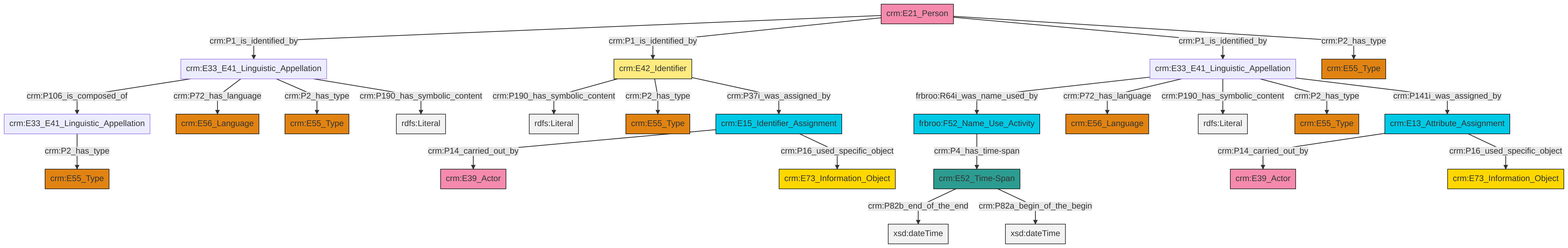
Before: et/personCSV/ttl/mmd/png/Person_Names_and_Classification.png, a diagram exported from Mermaid (swiss-art-research-net/reference-data-models). Its source is kept beside it as et/personCSV/ttl/mmd/Person_Names_and_Classification.ttl.mmd.
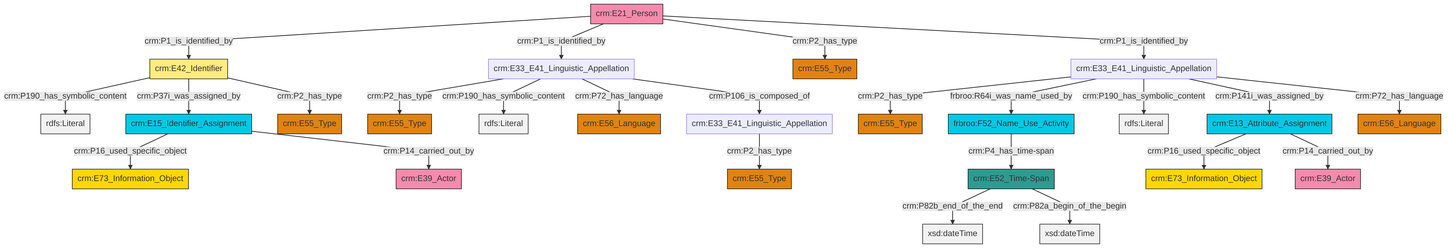
Later version of the same file.

What changed in the source:
```diff
@@ -13,27 +13,27 @@
 classDef PC_Classes fill:#4ce600, stroke:#000000;
 classDef Multi fill:#cccccc,stroke:#000000;
 
-2["crm:E52_Time-Span"]:::Time-Span -->|crm:P82b_end_of_the_end| 3[xsd:dateTime]:::Literal
-4["frbroo:F52_Name_Use_Activity"]:::Temporal_Entity -->|crm:P4_has_time-span| 2["crm:E52_Time-Span"]:::Time-Span
-5["crm:E13_Attribute_Assignment"]:::Temporal_Entity -->|crm:P14_carried_out_by| 0["crm:E39_Actor"]:::Actor
-18["crm:E33_E41_Linguistic_Appellation"]:::Default -->|crm:P2_has_type| 6["crm:E55_Type"]:::Type
-19["crm:E42_Identifier"]:::Appellation -->|crm:P190_has_symbolic_content| 20[rdfs:Literal]:::Literal
-21["crm:E21_Person"]:::Actor -->|crm:P1_is_identified_by| 22["crm:E33_E41_Linguistic_Appellation"]:::Default
-21["crm:E21_Person"]:::Actor -->|crm:P1_is_identified_by| 19["crm:E42_Identifier"]:::Appellation
-23["crm:E33_E41_Linguistic_Appellation"]:::Default -->|frbroo:R64i_was_name_used_by| 4["frbroo:F52_Name_Use_Activity"]:::Temporal_Entity
-22["crm:E33_E41_Linguistic_Appellation"]:::Default -->|crm:P106_is_composed_of| 18["crm:E33_E41_Linguistic_Appellation"]:::Default
-23["crm:E33_E41_Linguistic_Appellation"]:::Default -->|crm:P72_has_language| 25["crm:E56_Language"]:::Type
-19["crm:E42_Identifier"]:::Appellation -->|crm:P2_has_type| 26["crm:E55_Type"]:::Type
-10["crm:E15_Identifier_Assignment"]:::Temporal_Entity -->|crm:P14_carried_out_by| 12["crm:E39_Actor"]:::Actor
-21["crm:E21_Person"]:::Actor -->|crm:P1_is_identified_by| 23["crm:E33_E41_Linguistic_Appellation"]:::Default
-23["crm:E33_E41_Linguistic_Appellation"]:::Default -->|crm:P190_has_symbolic_content| 31[rdfs:Literal]:::Literal
-22["crm:E33_E41_Linguistic_Appellation"]:::Default -->|crm:P72_has_language| 33["crm:E56_Language"]:::Type
-23["crm:E33_E41_Linguistic_Appellation"]:::Default -->|crm:P2_has_type| 16["crm:E55_Type"]:::Type
-21["crm:E21_Person"]:::Actor -->|crm:P2_has_type| 8["crm:E55_Type"]:::Type
-19["crm:E42_Identifier"]:::Appellation -->|crm:P37i_was_assigned_by| 10["crm:E15_Identifier_Assignment"]:::Temporal_Entity
-22["crm:E33_E41_Linguistic_Appellation"]:::Default -->|crm:P2_has_type| 14["crm:E55_Type"]:::Type
-22["crm:E33_E41_Linguistic_Appellation"]:::Default -->|crm:P190_has_symbolic_content| 43[rdfs:Literal]:::Literal
-2["crm:E52_Time-Span"]:::Time-Span -->|crm:P82a_begin_of_the_begin| 44[xsd:dateTime]:::Literal
-23["crm:E33_E41_Linguistic_Appellation"]:::Default -->|crm:P141i_was_assigned_by| 5["crm:E13_Attribute_Assignment"]:::Temporal_Entity
-10["crm:E15_Identifier_Assignment"]:::Temporal_Entity -->|crm:P16_used_specific_object| 36["crm:E73_Information_Object"]:::Conceptual_Object
-5["crm:E13_Attribute_Assignment"]:::Temporal_Entity -->|crm:P16_used_specific_object| 28["crm:E73_Information_Object"]:::Conceptual_Object
+2["crm:E33_E41_Linguistic_Appellation"]:::Default -->|crm:P2_has_type| 3["crm:E55_Type"]:::Type
+4["crm:E33_E41_Linguistic_Appellation"]:::Default -->|crm:P2_has_type| 5["crm:E55_Type"]:::Type
+2["crm:E33_E41_Linguistic_Appellation"]:::Default -->|frbroo:R64i_was_name_used_by| 6["frbroo:F52_Name_Use_Activity"]:::Temporal_Entity
+7["crm:E13_Attribute_Assignment"]:::Temporal_Entity -->|crm:P16_used_specific_object| 8["crm:E73_Information_Object"]:::Conceptual_Object
+4["crm:E33_E41_Linguistic_Appellation"]:::Default -->|crm:P190_has_symbolic_content| 13[rdfs:Literal]:::Literal
+14["crm:E21_Person"]:::Actor -->|crm:P1_is_identified_by| 15["crm:E42_Identifier"]:::Appellation
+20["crm:E52_Time-Span"]:::Time-Span -->|crm:P82b_end_of_the_end| 21[xsd:dateTime]:::Literal
+22["crm:E15_Identifier_Assignment"]:::Temporal_Entity -->|crm:P16_used_specific_object| 18["crm:E73_Information_Object"]:::Conceptual_Object
+7["crm:E13_Attribute_Assignment"]:::Temporal_Entity -->|crm:P14_carried_out_by| 23["crm:E39_Actor"]:::Actor
+15["crm:E42_Identifier"]:::Appellation -->|crm:P190_has_symbolic_content| 25[rdfs:Literal]:::Literal
+2["crm:E33_E41_Linguistic_Appellation"]:::Default -->|crm:P190_has_symbolic_content| 29[rdfs:Literal]:::Literal
+14["crm:E21_Person"]:::Actor -->|crm:P1_is_identified_by| 4["crm:E33_E41_Linguistic_Appellation"]:::Default
+14["crm:E21_Person"]:::Actor -->|crm:P2_has_type| 26["crm:E55_Type"]:::Type
+4["crm:E33_E41_Linguistic_Appellation"]:::Default -->|crm:P72_has_language| 32["crm:E56_Language"]:::Type
+4["crm:E33_E41_Linguistic_Appellation"]:::Default -->|crm:P106_is_composed_of| 11["crm:E33_E41_Linguistic_Appellation"]:::Default
+22["crm:E15_Identifier_Assignment"]:::Temporal_Entity -->|crm:P14_carried_out_by| 36["crm:E39_Actor"]:::Actor
+15["crm:E42_Identifier"]:::Appellation -->|crm:P37i_was_assigned_by| 22["crm:E15_Identifier_Assignment"]:::Temporal_Entity
+20["crm:E52_Time-Span"]:::Time-Span -->|crm:P82a_begin_of_the_begin| 38[xsd:dateTime]:::Literal
+11["crm:E33_E41_Linguistic_Appellation"]:::Default -->|crm:P2_has_type| 0["crm:E55_Type"]:::Type
+14["crm:E21_Person"]:::Actor -->|crm:P1_is_identified_by| 2["crm:E33_E41_Linguistic_Appellation"]:::Default
+15["crm:E42_Identifier"]:::Appellation -->|crm:P2_has_type| 9["crm:E55_Type"]:::Type
+6["frbroo:F52_Name_Use_Activity"]:::Temporal_Entity -->|crm:P4_has_time-span| 20["crm:E52_Time-Span"]:::Time-Span
+2["crm:E33_E41_Linguistic_Appellation"]:::Default -->|crm:P141i_was_assigned_by| 7["crm:E13_Attribute_Assignment"]:::Temporal_Entity
+2["crm:E33_E41_Linguistic_Appellation"]:::Default -->|crm:P72_has_language| 40["crm:E56_Language"]:::Type
```
